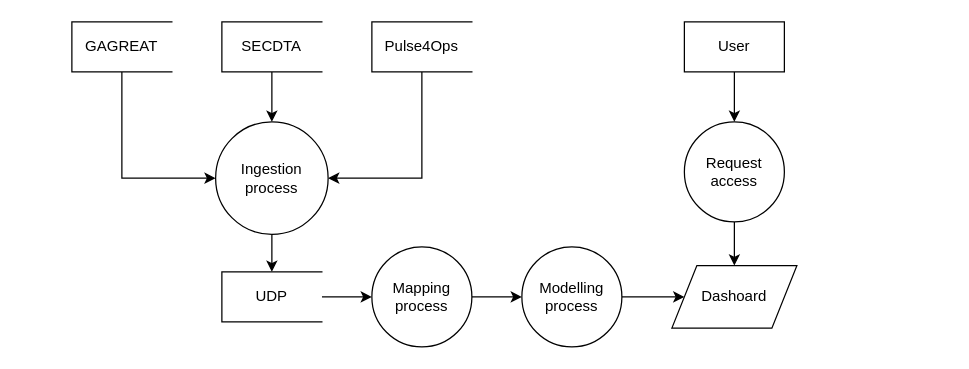
Above: ga_monitoring.drawio in EpicM97/EpicM (draw.io), before the change. Source tidied: cells renumbered, new cells numbered last; positions are measured from the earlier drawing's top-left corner, leaving out a move shared by most shapes. Both pictures are drawn from the tidied source at 125%, with x=0, y=0 at pixel (71, 21).
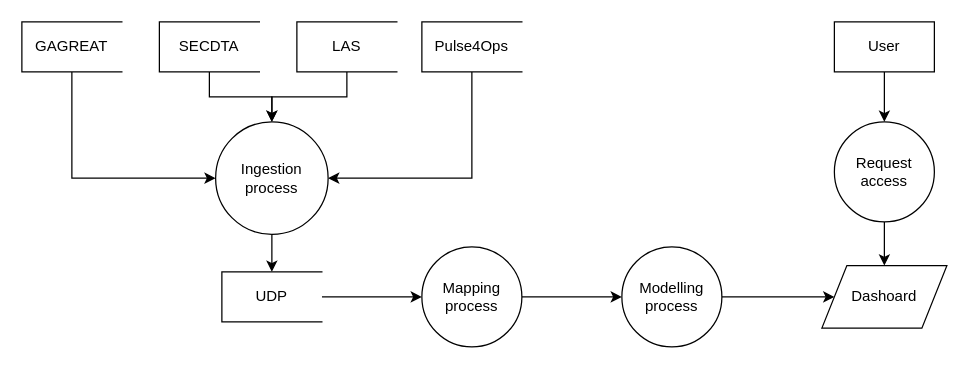
The same diagram, later.

The change refers to these unchanged cells:
```xml
<mxCell id="11" value="Ingestion process" style="shape=ellipse;html=1;dashed=0;whiteSpace=wrap;perimeter=ellipsePerimeter;" parent="1" vertex="1">
  <mxGeometry x="115" y="80" width="90" height="90" as="geometry" />
</mxCell>
```

Change to the diagram source:
```diff
@@
     <mxCell id="3" value="GAGREAT" style="html=1;dashed=0;whiteSpace=wrap;shape=partialRectangle;right=0;" parent="1" vertex="1">
-      <mxGeometry width="80" height="40" as="geometry" />
+      <mxGeometry x="-40" width="80" height="40" as="geometry" />
     </mxCell>
@@
     <mxCell id="5" value="SECDTA" style="html=1;dashed=0;whiteSpace=wrap;shape=partialRectangle;right=0;" parent="1" vertex="1">
-      <mxGeometry x="120" width="80" height="40" as="geometry" />
+      <mxGeometry x="70" width="80" height="40" as="geometry" />
     </mxCell>
@@
     <mxCell id="7" value="Pulse4Ops" style="html=1;dashed=0;whiteSpace=wrap;shape=partialRectangle;right=0;" parent="1" vertex="1">
-      <mxGeometry x="240" width="80" height="40" as="geometry" />
+      <mxGeometry x="280" width="80" height="40" as="geometry" />
     </mxCell>
@@
     <mxCell id="13" value="Mapping process" style="ellipse;whiteSpace=wrap;html=1;dashed=0;" parent="1" vertex="1">
-      <mxGeometry x="240" y="180" width="80" height="80" as="geometry" />
+      <mxGeometry x="280" y="180" width="80" height="80" as="geometry" />
     </mxCell>
@@
     <mxCell id="15" value="Modelling process" style="ellipse;whiteSpace=wrap;html=1;dashed=0;" parent="1" vertex="1">
-      <mxGeometry x="360" y="180" width="80" height="80" as="geometry" />
+      <mxGeometry x="440" y="180" width="80" height="80" as="geometry" />
     </mxCell>
     <mxCell id="16" value="Dashoard" style="shape=parallelogram;perimeter=parallelogramPerimeter;whiteSpace=wrap;html=1;dashed=0;" parent="1" vertex="1">
-      <mxGeometry x="480" y="195" width="100" height="50" as="geometry" />
+      <mxGeometry x="600" y="195" width="100" height="50" as="geometry" />
     </mxCell>
@@
     <mxCell id="18" value="User" style="html=1;dashed=0;whiteSpace=wrap;" parent="1" vertex="1">
-      <mxGeometry x="490" width="80" height="40" as="geometry" />
+      <mxGeometry x="610" width="80" height="40" as="geometry" />
     </mxCell>
@@
     <mxCell id="20" value="Request access" style="ellipse;whiteSpace=wrap;html=1;dashed=0;" parent="1" vertex="1">
-      <mxGeometry x="490" y="80" width="80" height="80" as="geometry" />
+      <mxGeometry x="610" y="80" width="80" height="80" as="geometry" />
     </mxCell>
+    <mxCell id="21" style="edgeStyle=orthogonalEdgeStyle;rounded=0;jettySize=auto;html=1;entryX=0.5;entryY=0;entryDx=0;entryDy=0;" parent="1" edge="1" source="22" target="11">
+      <mxGeometry relative="1" as="geometry" />
+    </mxCell>
+    <mxCell id="22" value="LAS" style="html=1;dashed=0;whiteSpace=wrap;shape=partialRectangle;right=0;" parent="1" vertex="1">
+      <mxGeometry x="180" width="80" height="40" as="geometry" />
+    </mxCell>
```
